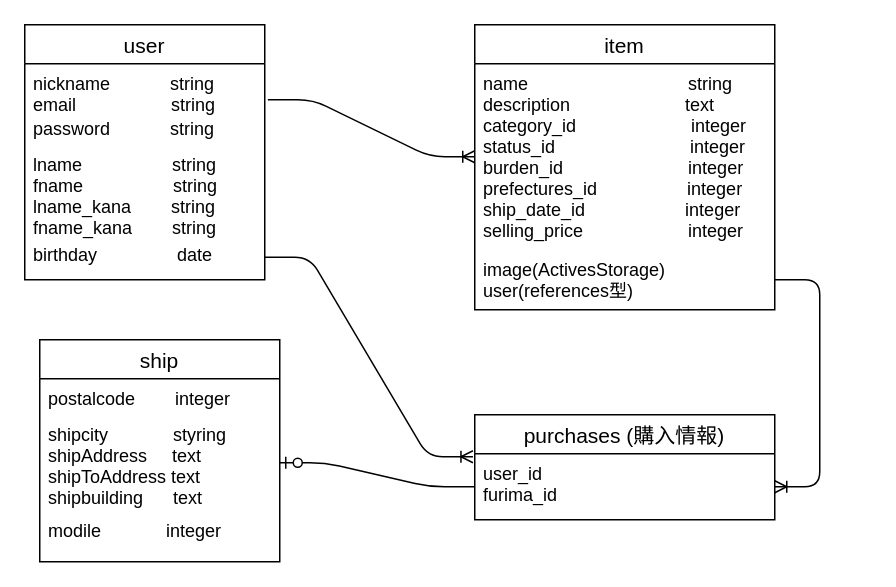
MasatakaTsuji/furima-30500 keeps this draw.io diagram as furima.dio. Above is the earlier version. Source tidied: cells renumbered, new cells numbered last; positions are measured from the earlier drawing's top-left corner, leaving out a move shared by most shapes. Both pictures are drawn from the tidied source at 150%, with x=0, y=0 at pixel (24, 24).
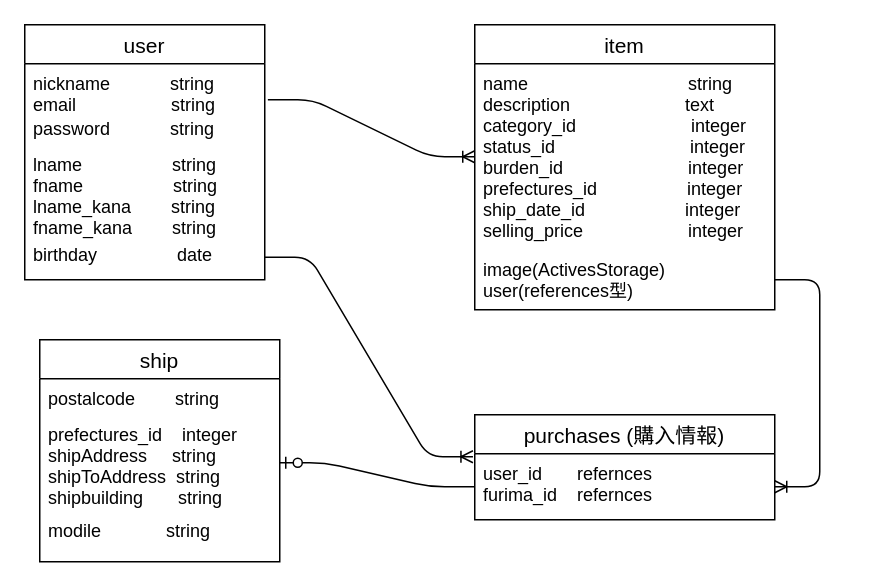
The same diagram, later.

Change to the diagram source:
```diff
@@
 <mxGraphModel>
   <root>
     <mxCell id="0" />
     <mxCell id="1" parent="0" />
     <mxCell id="2" value="user" style="swimlane;fontStyle=0;horizontal=1;startSize=26;align=center;fontSize=14;" parent="1" vertex="1">
       <mxGeometry width="160" height="170" as="geometry" />
     </mxCell>
     <mxCell id="3" value="nickname            string&#10;email                   string " style="text;strokeColor=none;fillColor=none;spacingLeft=4;spacingRight=4;overflow=hidden;points=[[0,0.5],[1,0.5]];portConstraint=eastwest;fontSize=12;" parent="2" vertex="1">
       <mxGeometry y="26" width="160" height="30" as="geometry" />
     </mxCell>
     <mxCell id="4" value="password            string" style="text;strokeColor=none;fillColor=none;spacingLeft=4;spacingRight=4;overflow=hidden;fontSize=12;" parent="2" vertex="1">
       <mxGeometry y="56" width="160" height="24" as="geometry" />
     </mxCell>
     <mxCell id="5" value="lname                  string&#10;fname                  string&#10;lname_kana        string&#10;fname_kana        string" style="text;strokeColor=none;fillColor=none;spacingLeft=4;spacingRight=4;overflow=hidden;fontSize=12;" parent="2" vertex="1">
       <mxGeometry y="80" width="160" height="60" as="geometry" />
     </mxCell>
     <mxCell id="6" value="birthday                date" style="text;strokeColor=none;fillColor=none;spacingLeft=4;spacingRight=4;overflow=hidden;points=[[0,0.5],[1,0.5]];portConstraint=eastwest;fontSize=12;" parent="2" vertex="1">
       <mxGeometry y="140" width="160" height="30" as="geometry" />
     </mxCell>
     <mxCell id="7" style="edgeStyle=entityRelationEdgeStyle;fontSize=12;html=1;endArrow=ERoneToMany;exitX=1.013;exitY=0.8;exitDx=0;exitDy=0;exitPerimeter=0;" parent="1" edge="1" source="3" target="10">
       <mxGeometry relative="1" as="geometry" />
     </mxCell>
     <mxCell id="8" style="edgeStyle=entityRelationEdgeStyle;fontSize=12;html=1;endArrow=ERoneToMany;entryX=-0.006;entryY=0.045;entryDx=0;entryDy=0;entryPerimeter=0;" parent="1" edge="1" source="6" target="19">
       <mxGeometry relative="1" as="geometry" />
     </mxCell>
     <mxCell id="9" value="item" style="swimlane;fontStyle=0;horizontal=1;startSize=26;align=center;fontSize=14;" parent="1" vertex="1">
       <mxGeometry x="300" width="200" height="190" as="geometry" />
     </mxCell>
     <mxCell id="10" value="name                                string&#10;description                       text&#10;category_id                       integer&#10;status_id                           integer&#10;burden_id                         integer&#10;prefectures_id                  integer&#10;ship_date_id                    integer                          &#10;selling_price                     integer" style="text;strokeColor=none;fillColor=none;spacingLeft=4;spacingRight=4;overflow=hidden;points=[[0,0.5],[1,0.5]];portConstraint=eastwest;fontSize=12;" parent="9" vertex="1">
       <mxGeometry y="26" width="200" height="124" as="geometry" />
     </mxCell>
     <mxCell id="11" value="image(ActivesStorage)&#10;user(references型)" style="text;strokeColor=none;fillColor=none;spacingLeft=4;spacingRight=4;overflow=hidden;points=[[0,0.5],[1,0.5]];portConstraint=eastwest;fontSize=12;" parent="9" vertex="1">
       <mxGeometry y="150" width="200" height="40" as="geometry" />
     </mxCell>
     <mxCell id="12" style="edgeStyle=entityRelationEdgeStyle;fontSize=12;html=1;endArrow=ERzeroToOne;endFill=1;" parent="1" edge="1" source="19" target="15">
       <mxGeometry relative="1" as="geometry" />
     </mxCell>
     <mxCell id="13" value="ship" style="swimlane;fontStyle=0;horizontal=1;startSize=26;align=center;fontSize=14;" parent="1" vertex="1">
       <mxGeometry x="10" y="210" width="160" height="148" as="geometry" />
     </mxCell>
-    <mxCell id="14" value="postalcode        integer&#10;" style="text;strokeColor=none;fillColor=none;spacingLeft=4;spacingRight=4;overflow=hidden;fontSize=12;" parent="13" vertex="1">
+    <mxCell id="14" value="postalcode        string&#10;" style="text;strokeColor=none;fillColor=none;spacingLeft=4;spacingRight=4;overflow=hidden;fontSize=12;" parent="13" vertex="1">
       <mxGeometry y="26" width="160" height="24" as="geometry" />
     </mxCell>
-    <mxCell id="15" value="shipcity             styring&#10;shipAddress     text&#10;shipToAddress text&#10;shipbuilding      text" style="text;strokeColor=none;fillColor=none;spacingLeft=4;spacingRight=4;overflow=hidden;points=[[0,0.5],[1,0.5]];portConstraint=eastwest;fontSize=12;" parent="13" vertex="1">
+    <mxCell id="15" value="prefectures_id    integer&#10;shipAddress     string&#10;shipToAddress  string&#10;shipbuilding       string" style="text;strokeColor=none;fillColor=none;spacingLeft=4;spacingRight=4;overflow=hidden;points=[[0,0.5],[1,0.5]];portConstraint=eastwest;fontSize=12;" parent="13" vertex="1">
       <mxGeometry y="50" width="160" height="64" as="geometry" />
     </mxCell>
-    <mxCell id="16" value="modile             integer" style="text;strokeColor=none;fillColor=none;spacingLeft=4;spacingRight=4;overflow=hidden;fontSize=12;" parent="13" vertex="1">
+    <mxCell id="16" value="modile             string" style="text;strokeColor=none;fillColor=none;spacingLeft=4;spacingRight=4;overflow=hidden;fontSize=12;" parent="13" vertex="1">
       <mxGeometry y="114" width="160" height="34" as="geometry" />
     </mxCell>
     <mxCell id="17" style="edgeStyle=entityRelationEdgeStyle;fontSize=12;html=1;endArrow=ERoneToMany;" parent="1" edge="1" source="11" target="19">
       <mxGeometry relative="1" as="geometry" />
     </mxCell>
     <mxCell id="18" value="purchases (購入情報)" style="swimlane;fontStyle=0;horizontal=1;startSize=26;align=center;fontSize=14;" parent="1" vertex="1">
       <mxGeometry x="300" y="260" width="200" height="70" as="geometry" />
     </mxCell>
-    <mxCell id="19" value="user_id                  &#10;furima_id" style="text;strokeColor=none;fillColor=none;spacingLeft=4;spacingRight=4;overflow=hidden;points=[[0,0.5],[1,0.5]];portConstraint=eastwest;fontSize=12;" parent="18" vertex="1">
+    <mxCell id="19" value="user_id       refernces               &#10;furima_id    refernces" style="text;strokeColor=none;fillColor=none;spacingLeft=4;spacingRight=4;overflow=hidden;points=[[0,0.5],[1,0.5]];portConstraint=eastwest;fontSize=12;" parent="18" vertex="1">
       <mxGeometry y="26" width="200" height="44" as="geometry" />
     </mxCell>
   </root>
 </mxGraphModel>
```
